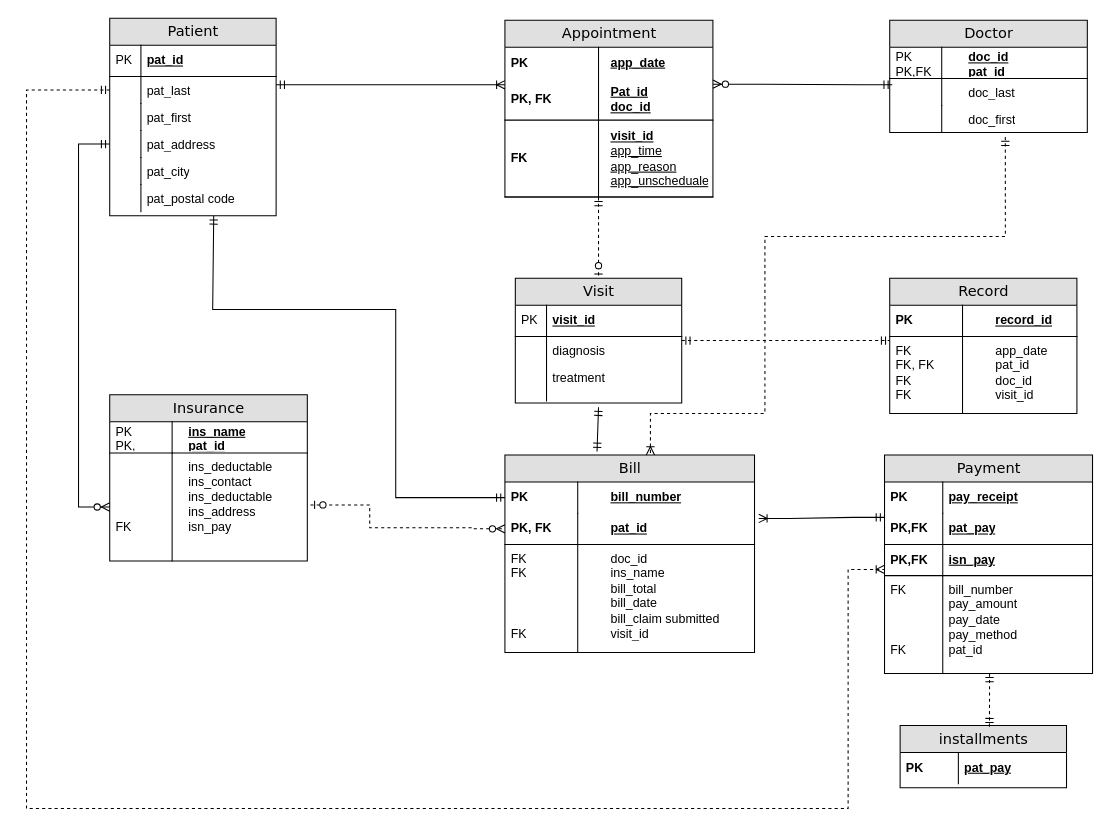
Before: Untitled Diagram.drawio in mushyshah/Project-X, a draw.io diagram. Source tidied: cells renumbered, new cells numbered last; positions are measured from the earlier drawing's top-left corner, leaving out a move shared by most shapes. Both pictures are drawn from the tidied source at 104%, with x=0, y=0 at pixel (26, 18).
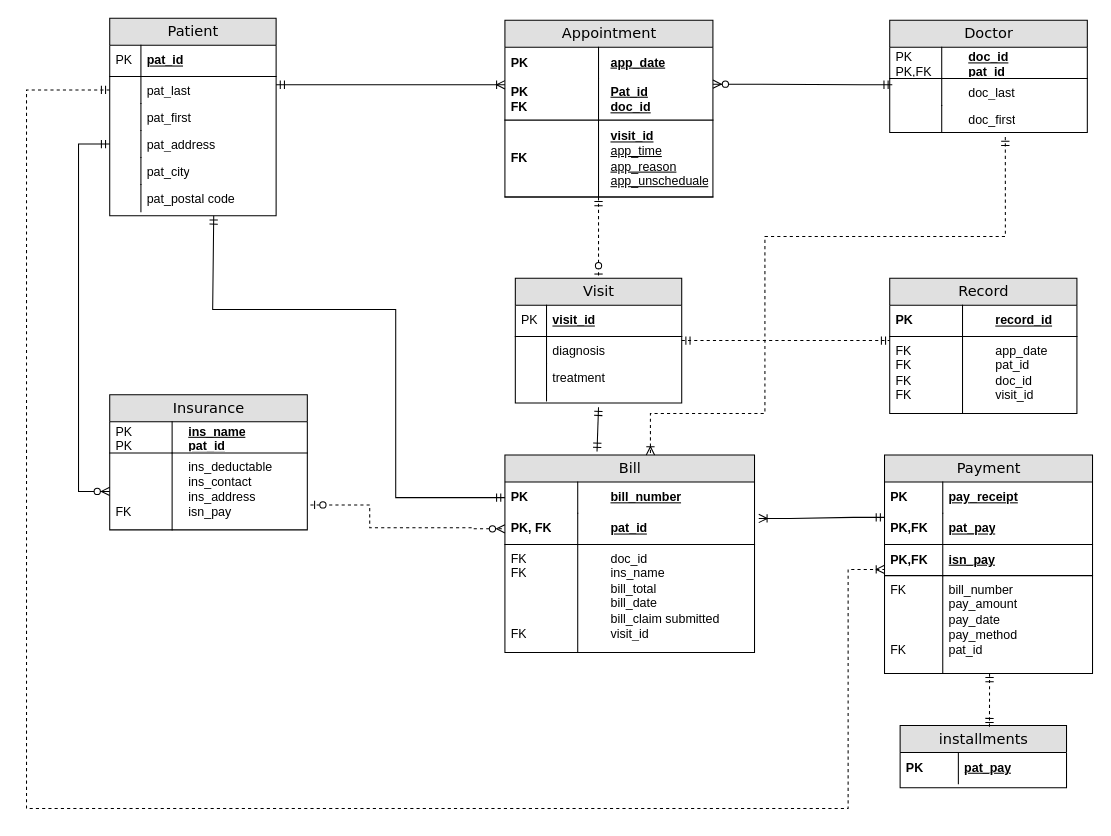
After the change.

Unchanged cells that the change refers to:
```xml
<mxCell id="5" value="&lt;blockquote style=&quot;margin: 0 0 0 40px; border: none; padding: 0px;&quot;&gt;Pat_id&lt;br&gt;doc_id&lt;/blockquote&gt;" style="shape=partialRectangle;top=0;left=0;right=0;bottom=1;html=1;align=left;verticalAlign=middle;fillColor=none;spacingLeft=60;spacingRight=4;whiteSpace=wrap;overflow=hidden;points=[[0,0.5],[1,0.5]];portConstraint=eastwest;fontStyle=5;" parent="2" vertex="1">
  <mxGeometry y="56" width="200" height="40" as="geometry" />
</mxCell>
<mxCell id="17" value="&lt;blockquote style=&quot;margin: 0 0 0 40px; border: none; padding: 0px;&quot;&gt;ins_name&lt;br&gt;pat_id&lt;/blockquote&gt;" style="shape=partialRectangle;top=0;left=0;right=0;bottom=1;html=1;align=left;verticalAlign=middle;fillColor=none;spacingLeft=34;spacingRight=4;whiteSpace=wrap;overflow=hidden;fontStyle=5;" parent="16" vertex="1">
  <mxGeometry y="26" width="190" height="30" as="geometry" />
</mxCell>
<mxCell id="33" value="&lt;blockquote style=&quot;margin: 0 0 0 40px; border: none; padding: 0px;&quot;&gt;app_date&lt;/blockquote&gt;&lt;blockquote style=&quot;margin: 0 0 0 40px; border: none; padding: 0px;&quot;&gt;pat_id&lt;/blockquote&gt;&lt;blockquote style=&quot;margin: 0 0 0 40px; border: none; padding: 0px;&quot;&gt;doc_id&lt;/blockquote&gt;&lt;blockquote style=&quot;margin: 0 0 0 40px; border: none; padding: 0px;&quot;&gt;visit_id&lt;/blockquote&gt;" style="shape=partialRectangle;top=0;left=0;right=0;bottom=0;html=1;align=left;verticalAlign=top;fillColor=none;spacingLeft=60;spacingRight=4;whiteSpace=wrap;overflow=hidden;points=[[0,0.5],[1,0.5]];portConstraint=eastwest;" parent="30" vertex="1">
  <mxGeometry y="56" width="180" height="74" as="geometry" />
</mxCell>
<mxCell id="61" value="pat_address" style="shape=partialRectangle;top=0;left=0;right=0;bottom=0;html=1;align=left;verticalAlign=top;fillColor=none;spacingLeft=34;spacingRight=4;whiteSpace=wrap;overflow=hidden;points=[[0,0.5],[1,0.5]];portConstraint=eastwest;" parent="54" vertex="1">
  <mxGeometry y="108" width="160" height="26" as="geometry" />
</mxCell>
```

What changed in the source:
```diff
@@
-    <mxCell id="6" value="PK, FK" style="shape=partialRectangle;fontStyle=1;top=0;left=0;bottom=0;html=1;fillColor=none;align=left;verticalAlign=middle;spacingLeft=4;spacingRight=4;whiteSpace=wrap;overflow=hidden;" parent="5" vertex="1">
+    <mxCell id="6" value="PK&lt;br&gt;FK" style="shape=partialRectangle;fontStyle=1;top=0;left=0;bottom=0;html=1;fillColor=none;align=left;verticalAlign=middle;spacingLeft=4;spacingRight=4;whiteSpace=wrap;overflow=hidden;" parent="5" vertex="1">
       <mxGeometry width="90" height="40" as="geometry" />
     </mxCell>
@@
     <mxCell id="16" value="Insurance" style="swimlane;html=1;fontStyle=0;horizontal=1;startSize=26;fillColor=#e0e0e0;swimlaneFillColor=#ffffff;align=center;rounded=0;shadow=0;comic=0;labelBackgroundColor=none;strokeWidth=1;fontFamily=Verdana;fontSize=14;" parent="1" vertex="1">
-      <mxGeometry x="80" y="362" width="190" height="160" as="geometry" />
+      <mxGeometry x="80" y="362" width="190" height="130" as="geometry" />
     </mxCell>
@@
-    <mxCell id="18" value="PK&lt;br&gt;PK," style="shape=partialRectangle;top=0;left=0;bottom=0;html=1;fillColor=none;align=left;verticalAlign=middle;spacingLeft=4;spacingRight=4;whiteSpace=wrap;overflow=hidden;" parent="17" vertex="1">
+    <mxCell id="18" value="PK&lt;br&gt;PK" style="shape=partialRectangle;top=0;left=0;bottom=0;html=1;fillColor=none;align=left;verticalAlign=middle;spacingLeft=4;spacingRight=4;whiteSpace=wrap;overflow=hidden;" parent="17" vertex="1">
       <mxGeometry width="60" height="30" as="geometry" />
     </mxCell>
-    <mxCell id="19" value="&lt;blockquote style=&quot;margin: 0 0 0 40px; border: none; padding: 0px;&quot;&gt;ins_deductable&lt;/blockquote&gt;&lt;blockquote style=&quot;margin: 0 0 0 40px; border: none; padding: 0px;&quot;&gt;ins_contact&lt;/blockquote&gt;&lt;blockquote style=&quot;margin: 0 0 0 40px; border: none; padding: 0px;&quot;&gt;ins_deductable&lt;/blockquote&gt;&lt;blockquote style=&quot;margin: 0 0 0 40px; border: none; padding: 0px;&quot;&gt;ins_address&lt;/blockquote&gt;&lt;blockquote style=&quot;margin: 0 0 0 40px; border: none; padding: 0px;&quot;&gt;isn_pay&lt;/blockquote&gt;" style="shape=partialRectangle;top=0;left=0;right=0;bottom=0;html=1;align=left;verticalAlign=top;fillColor=none;spacingLeft=34;spacingRight=4;whiteSpace=wrap;overflow=hidden;points=[[0,0.5],[1,0.5]];portConstraint=eastwest;" parent="16" vertex="1">
-      <mxGeometry y="56" width="190" height="104" as="geometry" />
+    <mxCell id="19" value="&lt;blockquote style=&quot;margin: 0 0 0 40px; border: none; padding: 0px;&quot;&gt;ins_deductable&lt;/blockquote&gt;&lt;blockquote style=&quot;margin: 0 0 0 40px; border: none; padding: 0px;&quot;&gt;ins_contact&lt;/blockquote&gt;&lt;blockquote style=&quot;margin: 0 0 0 40px; border: none; padding: 0px;&quot;&gt;ins_address&lt;/blockquote&gt;&lt;blockquote style=&quot;margin: 0 0 0 40px; border: none; padding: 0px;&quot;&gt;isn_pay&lt;/blockquote&gt;" style="shape=partialRectangle;top=0;left=0;right=0;bottom=0;html=1;align=left;verticalAlign=top;fillColor=none;spacingLeft=34;spacingRight=4;whiteSpace=wrap;overflow=hidden;points=[[0,0.5],[1,0.5]];portConstraint=eastwest;" parent="16" vertex="1">
+      <mxGeometry y="56" width="190" height="74" as="geometry" />
     </mxCell>
-    <mxCell id="20" value="&lt;br&gt;&lt;br&gt;&lt;br&gt;&lt;br&gt;FK" style="shape=partialRectangle;top=0;left=0;bottom=0;html=1;fillColor=none;align=left;verticalAlign=top;spacingLeft=4;spacingRight=4;whiteSpace=wrap;overflow=hidden;" parent="19" vertex="1">
-      <mxGeometry width="60" height="104" as="geometry" />
+    <mxCell id="20" value="&lt;br&gt;&lt;br&gt;&lt;br&gt;FK" style="shape=partialRectangle;top=0;left=0;bottom=0;html=1;fillColor=none;align=left;verticalAlign=top;spacingLeft=4;spacingRight=4;whiteSpace=wrap;overflow=hidden;" parent="19" vertex="1">
+      <mxGeometry width="60" height="74" as="geometry" />
     </mxCell>
@@
-    <mxCell id="34" value="FK&lt;br&gt;FK, FK&lt;br&gt;FK&lt;br&gt;FK" style="shape=partialRectangle;top=0;left=0;bottom=0;html=1;fillColor=none;align=left;verticalAlign=top;spacingLeft=4;spacingRight=4;whiteSpace=wrap;overflow=hidden;" parent="33" vertex="1">
+    <mxCell id="34" value="FK&lt;br&gt;FK&lt;br&gt;FK&lt;br&gt;FK" style="shape=partialRectangle;top=0;left=0;bottom=0;html=1;fillColor=none;align=left;verticalAlign=top;spacingLeft=4;spacingRight=4;whiteSpace=wrap;overflow=hidden;" parent="33" vertex="1">
       <mxGeometry width="70" height="74" as="geometry" />
     </mxCell>
@@
     <mxCell id="67" style="fontSize=12;html=1;endArrow=ERzeroToMany;startArrow=ERmandOne;rounded=0;entryX=0;entryY=0.5;entryDx=0;entryDy=0;edgeStyle=orthogonalEdgeStyle;exitX=0;exitY=0.5;exitDx=0;exitDy=0;" parent="1" edge="1" source="61" target="19">
       <mxGeometry relative="1" as="geometry">
         <Array as="points">
           <mxPoint x="50" y="121" />
-          <mxPoint x="50" y="470" />
+          <mxPoint x="50" y="455" />
         </Array>
       </mxGeometry>
     </mxCell>
```
